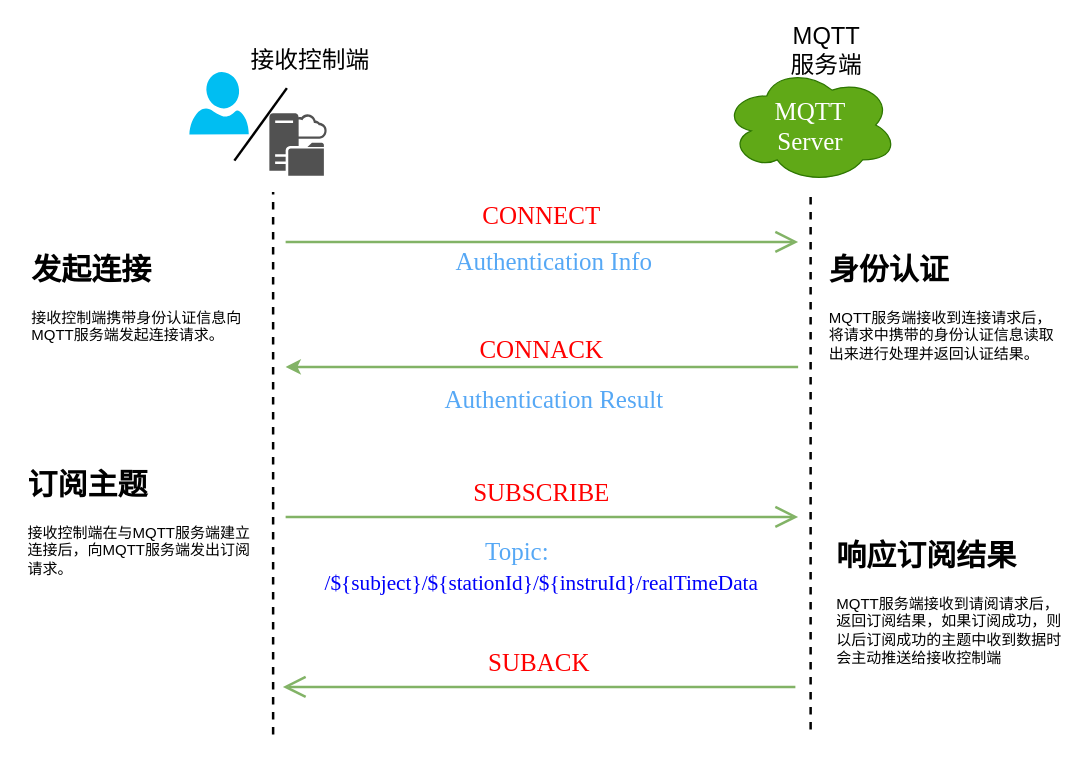
This is page "第 2 页" (2 of 5) of drawio/mqtt-auth.drawio from raingnight/Blog_Pic, a draw.io file, before an edit. Source tidied: cells renumbered, new cells numbered last; positions are measured from the earlier drawing's top-left corner, leaving out a move shared by most shapes. Both pictures are drawn from the tidied source at 125%, with x=0, y=0 at pixel (21, 31).
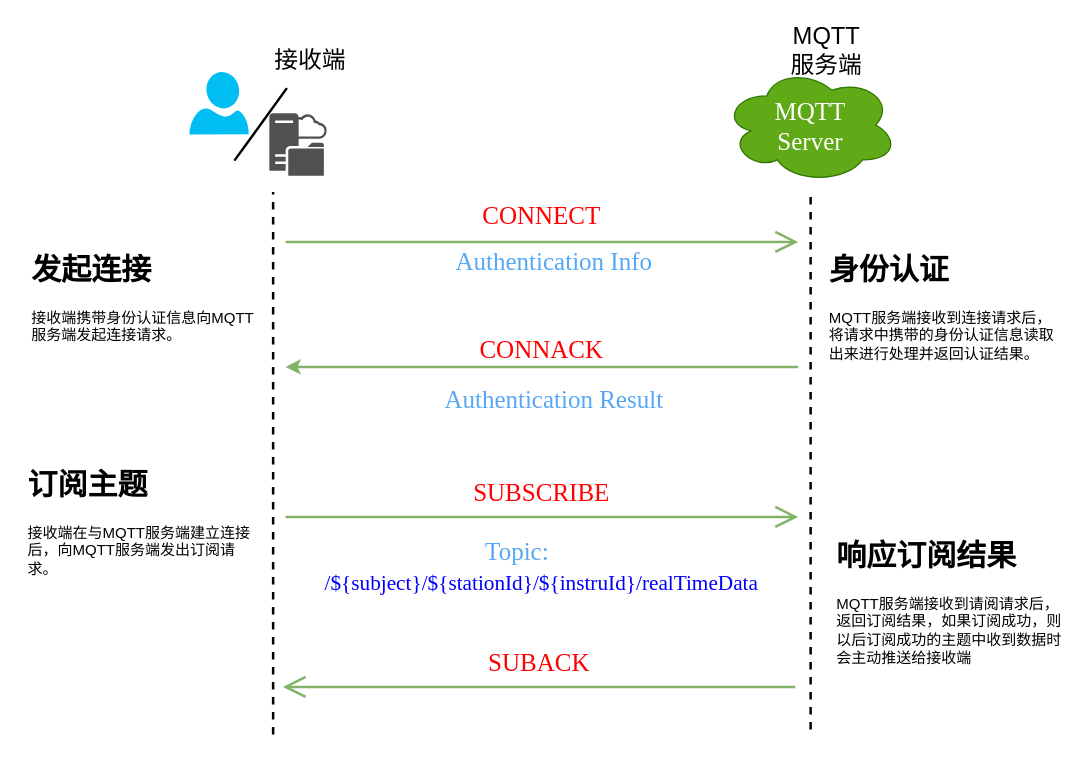
The same diagram, later.

Change to the diagram source:
```diff
@@
-    <mxCell id="9" value="接收控制端" style="text;html=1;strokeColor=none;fillColor=none;align=center;verticalAlign=middle;whiteSpace=wrap;rounded=0;fontSize=19;" parent="1" vertex="1">
+    <mxCell id="9" value="接收端" style="text;html=1;strokeColor=none;fillColor=none;align=center;verticalAlign=middle;whiteSpace=wrap;rounded=0;fontSize=19;" parent="1" vertex="1">
       <mxGeometry x="180" y="8" width="102" height="30" as="geometry" />
     </mxCell>
@@
-    <mxCell id="20" value="&lt;h1&gt;发起连接&lt;/h1&gt;&lt;p&gt;接收控制端携带身份认证信息向MQTT服务端发起连接请求。&lt;/p&gt;" style="text;html=1;strokeColor=none;fillColor=none;spacing=5;spacingTop=-20;whiteSpace=wrap;overflow=hidden;rounded=0;" parent="1" vertex="1">
+    <mxCell id="20" value="&lt;h1&gt;发起连接&lt;/h1&gt;&lt;p&gt;接收端携带身份认证信息向MQTT服务端发起连接请求。&lt;/p&gt;" style="text;html=1;strokeColor=none;fillColor=none;spacing=5;spacingTop=-20;whiteSpace=wrap;overflow=hidden;rounded=0;" parent="1" vertex="1">
       <mxGeometry x="3" y="171" width="190" height="87" as="geometry" />
     </mxCell>
@@
-    <mxCell id="22" value="&lt;h1&gt;订阅主题&lt;/h1&gt;&lt;p&gt;接收控制端在与MQTT服务端建立连接后，向MQTT服务端发出订阅请求。&lt;/p&gt;" style="text;html=1;strokeColor=none;fillColor=none;spacing=5;spacingTop=-20;whiteSpace=wrap;overflow=hidden;rounded=0;" parent="1" vertex="1">
+    <mxCell id="22" value="&lt;h1&gt;订阅主题&lt;/h1&gt;&lt;p&gt;接收端在与MQTT服务端建立连接后，向MQTT服务端发出订阅请求。&lt;/p&gt;" style="text;html=1;strokeColor=none;fillColor=none;spacing=5;spacingTop=-20;whiteSpace=wrap;overflow=hidden;rounded=0;" parent="1" vertex="1">
       <mxGeometry y="343" width="190" height="103" as="geometry" />
     </mxCell>
@@
-    <mxCell id="25" value="&lt;h1&gt;响应订阅结果&lt;/h1&gt;&lt;p&gt;MQTT服务端接收到请阅请求后，返回订阅结果，如果订阅成功，则以后订阅成功的主题中收到数据时会主动推送给接收控制端&lt;/p&gt;" style="text;html=1;strokeColor=none;fillColor=none;spacing=5;spacingTop=-20;whiteSpace=wrap;overflow=hidden;rounded=0;" parent="1" vertex="1">
+    <mxCell id="25" value="&lt;h1&gt;响应订阅结果&lt;/h1&gt;&lt;p&gt;MQTT服务端接收到请阅请求后，返回订阅结果，如果订阅成功，则以后订阅成功的主题中收到数据时会主动推送给接收端&lt;/p&gt;" style="text;html=1;strokeColor=none;fillColor=none;spacing=5;spacingTop=-20;whiteSpace=wrap;overflow=hidden;rounded=0;" parent="1" vertex="1">
       <mxGeometry x="647" y="400" width="190" height="114" as="geometry" />
     </mxCell>
```
